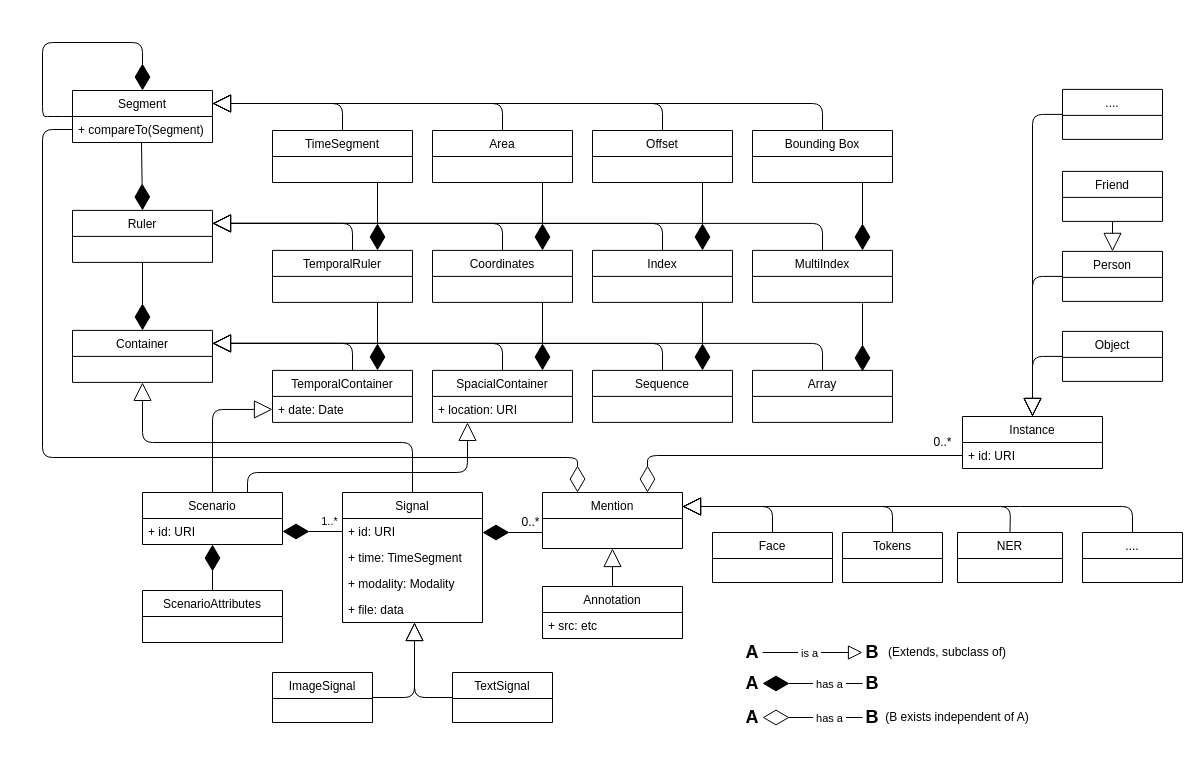
This is data/test-scenes/Datarepresentation.drawio from cltl/ma-communicative-robots, a draw.io file, before an edit. Source tidied: cells renumbered, new cells numbered last; positions are measured from the earlier drawing's top-left corner, leaving out a move shared by most shapes. Both pictures are drawn from the tidied source at 100%, with x=0, y=0 at pixel (42, 42).
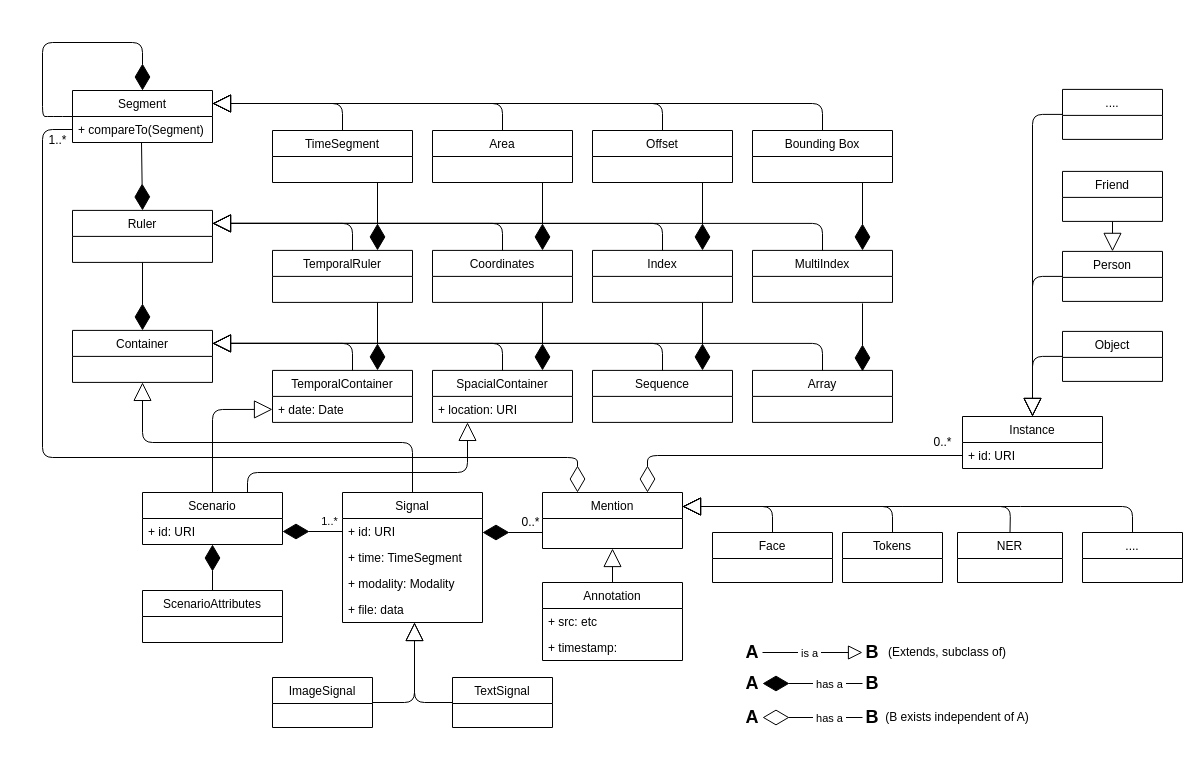
The same page after the edit.

Unchanged cells that the change refers to:
```xml
<mxCell id="48" value="Mention" style="swimlane;fontStyle=0;horizontal=1;startSize=26;fillColor=none;" parent="1" vertex="1">
  <mxGeometry x="500" y="450" width="140" height="56" as="geometry" />
</mxCell>
```

What changed in the source:
```diff
@@
     <mxCell id="67" style="endArrow=block;endSize=16;endFill=0;html=1;exitX=0;exitY=0.5;exitDx=0;exitDy=0;" parent="1" edge="1" source="82">
       <mxGeometry x="-0.45" relative="1" as="geometry">
         <mxPoint x="372" y="580" as="targetPoint" />
         <Array as="points">
-          <mxPoint x="372" y="655" />
+          <mxPoint x="372" y="660" />
         </Array>
       </mxGeometry>
     </mxCell>
@@
-    <mxCell id="81" value="ImageSignal" style="swimlane;fontStyle=0;horizontal=1;startSize=26;fillColor=none;" parent="1" vertex="1">
-      <mxGeometry x="230" y="630" width="100" height="50" as="geometry" />
-    </mxCell>
-    <mxCell id="82" value="TextSignal" style="swimlane;fontStyle=0;horizontal=1;startSize=26;fillColor=none;" parent="1" vertex="1">
-      <mxGeometry x="410" y="630" width="100" height="50" as="geometry" />
-    </mxCell>
@@
     <mxCell id="95" style="endArrow=block;endSize=16;endFill=0;html=1;exitX=1;exitY=0.5;exitDx=0;exitDy=0;" parent="1" edge="1" source="81">
       <mxGeometry x="-0.45" relative="1" as="geometry">
         <mxPoint x="372" y="580" as="targetPoint" />
         <Array as="points">
-          <mxPoint x="372" y="655" />
+          <mxPoint x="372" y="660" />
         </Array>
       </mxGeometry>
     </mxCell>
@@
+    <mxCell id="101" style="endArrow=block;endSize=16;endFill=0;html=1;exitX=0.5;exitY=0;exitDx=0;exitDy=0;entryX=0.5;entryY=1;entryDx=0;entryDy=0;" parent="1" edge="1" source="99" target="48">
+      <mxGeometry x="-0.45" relative="1" as="geometry" />
+    </mxCell>
+    <mxCell id="81" value="ImageSignal" style="swimlane;fontStyle=0;horizontal=1;startSize=26;fillColor=none;" parent="1" vertex="1">
+      <mxGeometry x="230" y="635" width="100" height="50" as="geometry" />
+    </mxCell>
+    <mxCell id="82" value="TextSignal" style="swimlane;fontStyle=0;horizontal=1;startSize=26;fillColor=none;" parent="1" vertex="1">
+      <mxGeometry x="410" y="635" width="100" height="50" as="geometry" />
+    </mxCell>
     <mxCell id="99" value="Annotation" style="swimlane;fontStyle=0;horizontal=1;startSize=26;fillColor=none;" parent="1" vertex="1">
-      <mxGeometry x="500" y="544" width="140" height="52" as="geometry" />
+      <mxGeometry x="500" y="540" width="140" height="78" as="geometry" />
     </mxCell>
@@
-    <mxCell id="101" style="endArrow=block;endSize=16;endFill=0;html=1;exitX=0.5;exitY=0;exitDx=0;exitDy=0;entryX=0.5;entryY=1;entryDx=0;entryDy=0;" parent="1" edge="1" source="99" target="48">
-      <mxGeometry x="-0.45" relative="1" as="geometry" />
-    </mxCell>
+    <mxCell id="102" value="+ timestamp: " style="text;strokeColor=none;fillColor=none;align=left;verticalAlign=top;spacingLeft=4;spacingRight=4;overflow=hidden;" parent="99" vertex="1">
+      <mxGeometry y="52" width="140" height="26" as="geometry" />
+    </mxCell>
+    <mxCell id="103" value="1..*" style="text;html=1;align=center;verticalAlign=middle;" parent="1" vertex="1">
+      <mxGeometry y="88" width="30" height="20" as="geometry" />
+    </mxCell>
```
